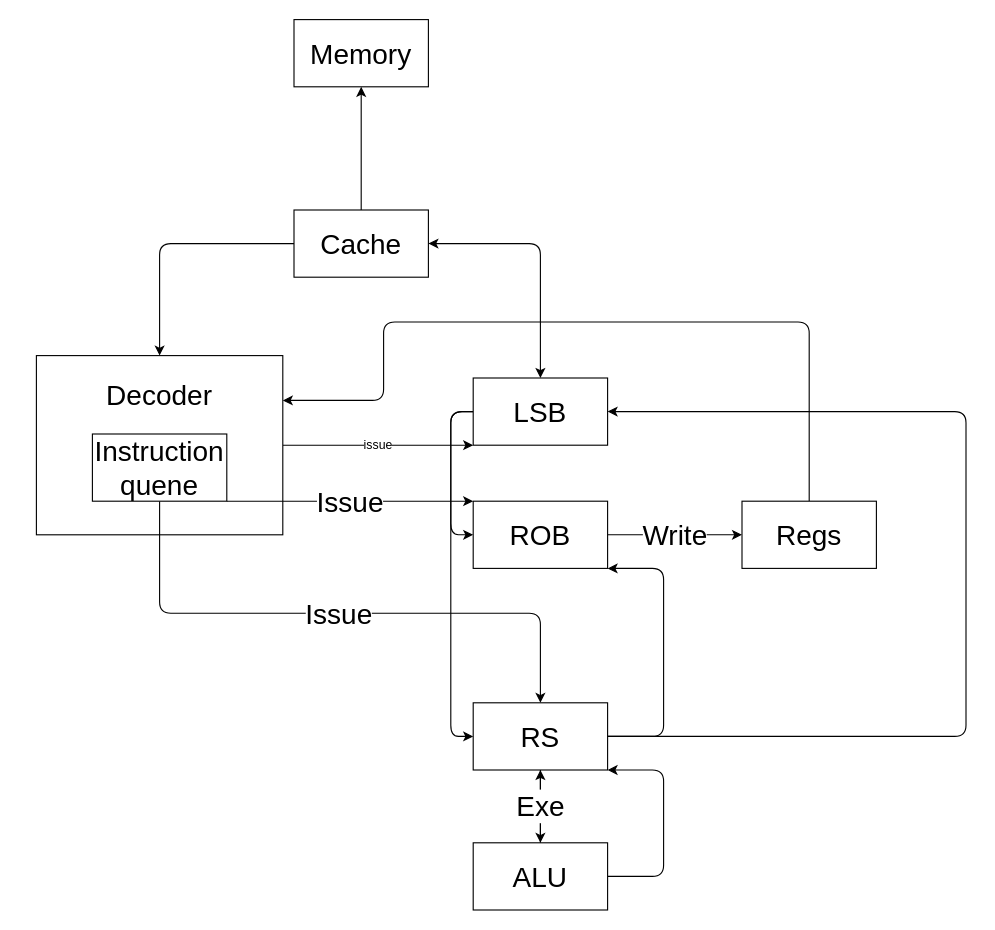
The draw.io diagram docs/structure2.drawio in qiuyuhang12/CPU2024, before the edit. Source tidied: cells renumbered, new cells numbered last; positions are measured from the earlier drawing's top-left corner, leaving out a move shared by most shapes. Both pictures are drawn from the tidied source at 112%, with x=0, y=0 at pixel (36, 19).
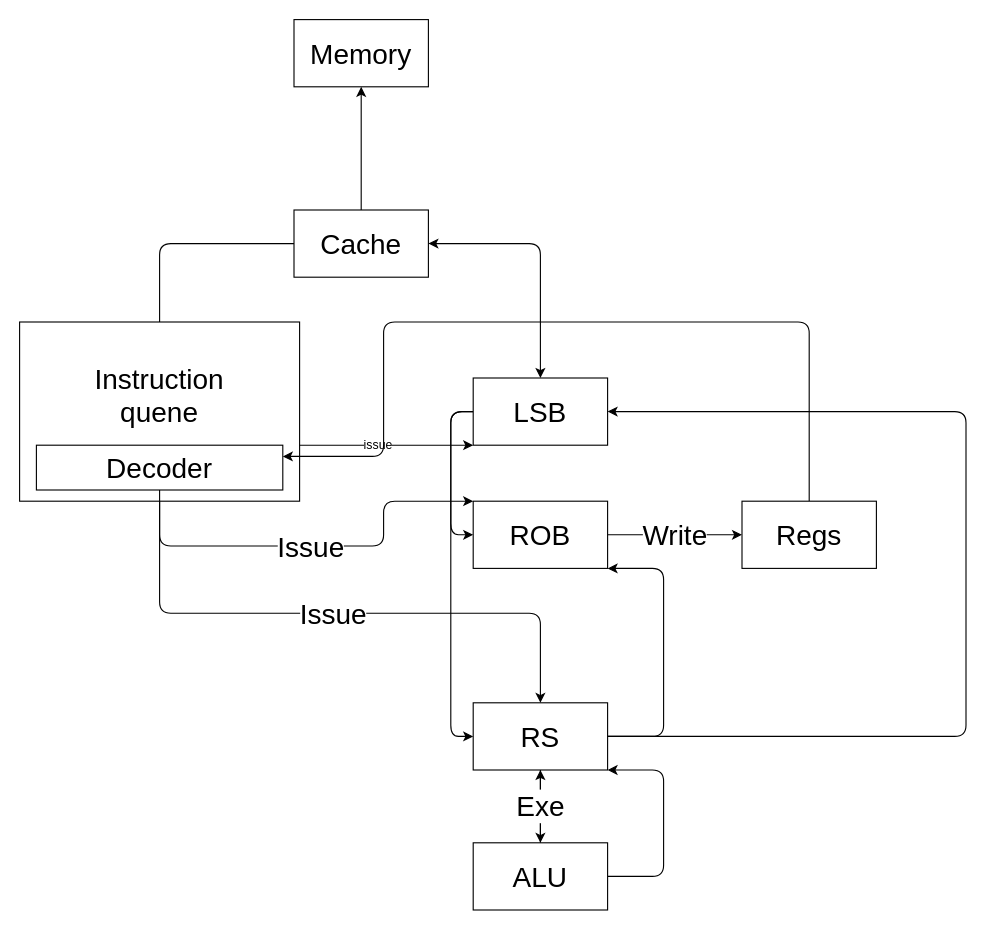
Above is the later version.

Unchanged cells that the change refers to:
```xml
<mxCell id="12" value="ROB" style="rounded=0;whiteSpace=wrap;html=1;fontSize=25;" parent="1" vertex="1">
  <mxGeometry x="390" y="430" width="120" height="60" as="geometry" />
</mxCell>
<mxCell id="14" value="Regs" style="rounded=0;whiteSpace=wrap;html=1;fontSize=25;" parent="1" vertex="1">
  <mxGeometry x="630" y="430" width="120" height="60" as="geometry" />
</mxCell>
<mxCell id="16" value="RS" style="rounded=0;whiteSpace=wrap;html=1;fontSize=25;" parent="1" vertex="1">
  <mxGeometry x="390" y="610" width="120" height="60" as="geometry" />
</mxCell>
<mxCell id="24" value="LSB" style="rounded=0;whiteSpace=wrap;html=1;fontSize=25;" parent="1" vertex="1">
  <mxGeometry x="390" y="320" width="120" height="60" as="geometry" />
</mxCell>
```

Change to the diagram source:
```diff
@@
-    <mxCell id="6" value="issue" style="edgeStyle=none;html=1;entryX=0;entryY=1;entryDx=0;entryDy=0;" parent="1" edge="1" source="7" target="24">
+    <mxCell id="6" value="issue" style="edgeStyle=none;html=1;entryX=0;entryY=1;entryDx=0;entryDy=0;exitX=1;exitY=0;exitDx=0;exitDy=0;" parent="1" edge="1" source="7" target="24">
       <mxGeometry relative="1" as="geometry" />
     </mxCell>
-    <mxCell id="7" value="Decoder&lt;br&gt;&lt;br&gt;&lt;br&gt;&lt;br&gt;" style="rounded=0;whiteSpace=wrap;html=1;fontSize=25;" parent="1" vertex="1">
-      <mxGeometry y="300" width="220" height="160" as="geometry" />
-    </mxCell>
-    <mxCell id="8" value="&lt;font style=&quot;font-size: 25px;&quot;&gt;Issue&lt;/font&gt;" style="edgeStyle=none;html=1;fontSize=25;entryX=0;entryY=0;entryDx=0;entryDy=0;exitX=1;exitY=1;exitDx=0;exitDy=0;" parent="1" edge="1" source="10" target="12">
+    <mxCell id="8" value="&lt;font style=&quot;font-size: 25px;&quot;&gt;Issue&lt;/font&gt;" style="edgeStyle=none;html=1;fontSize=25;entryX=0;entryY=0;entryDx=0;entryDy=0;exitX=0.5;exitY=1;exitDx=0;exitDy=0;" parent="1" edge="1" source="7" target="12">
       <mxGeometry relative="1" as="geometry">
         <Array as="points">
-          <mxPoint x="280" y="430" />
+          <mxPoint x="110" y="470" />
+          <mxPoint x="310" y="470" />
+          <mxPoint x="310" y="430" />
         </Array>
       </mxGeometry>
     </mxCell>
-    <mxCell id="9" value="&lt;font style=&quot;font-size: 25px;&quot;&gt;Issue&lt;/font&gt;" style="edgeStyle=none;html=1;entryX=0.5;entryY=0;entryDx=0;entryDy=0;fontSize=25;" parent="1" edge="1" source="10" target="16">
-      <mxGeometry relative="1" as="geometry">
-        <Array as="points">
-          <mxPoint x="110" y="530" />
-          <mxPoint x="450" y="530" />
-        </Array>
-      </mxGeometry>
-    </mxCell>
-    <mxCell id="10" value="Instruction&lt;br style=&quot;font-size: 25px;&quot;&gt;quene" style="rounded=0;whiteSpace=wrap;html=1;fontSize=25;" parent="1" vertex="1">
-      <mxGeometry x="50" y="370" width="120" height="60" as="geometry" />
+    <mxCell id="10" value="Instruction&lt;br style=&quot;font-size: 25px;&quot;&gt;quene&lt;br&gt;&lt;br&gt;" style="rounded=0;whiteSpace=wrap;html=1;fontSize=25;" parent="1" vertex="1">
+      <mxGeometry x="-15" y="270" width="250" height="160" as="geometry" />
     </mxCell>
@@
     <mxCell id="13" style="edgeStyle=none;html=1;entryX=1;entryY=0.25;entryDx=0;entryDy=0;" parent="1" edge="1" source="14" target="7">
       <mxGeometry relative="1" as="geometry">
         <Array as="points">
           <mxPoint x="690" y="270" />
           <mxPoint x="310" y="270" />
-          <mxPoint x="310" y="340" />
+          <mxPoint x="310" y="390" />
         </Array>
       </mxGeometry>
     </mxCell>
@@
+    <mxCell id="7" value="Decoder" style="rounded=0;whiteSpace=wrap;html=1;fontSize=25;" parent="1" vertex="1">
+      <mxGeometry y="380" width="220" height="40" as="geometry" />
+    </mxCell>
+    <mxCell id="9" value="&lt;font style=&quot;font-size: 25px;&quot;&gt;Issue&lt;/font&gt;" style="edgeStyle=none;html=1;entryX=0.5;entryY=0;entryDx=0;entryDy=0;fontSize=25;exitX=0.5;exitY=1;exitDx=0;exitDy=0;" parent="1" edge="1" source="7" target="16">
+      <mxGeometry relative="1" as="geometry">
+        <Array as="points">
+          <mxPoint x="110" y="530" />
+          <mxPoint x="450" y="530" />
+        </Array>
+      </mxGeometry>
+    </mxCell>
```
